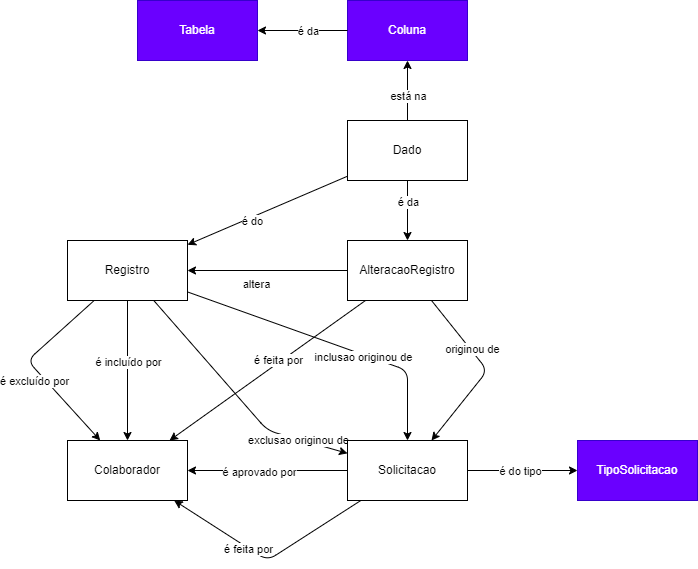
Above: analise/mer/solicitacao.drawio.png in leandroalveswork/horah (draw.io), before the change. Source tidied: cells renumbered, new cells last; positions are measured from the earlier drawing's top-left corner, leaving out a move shared by most shapes.
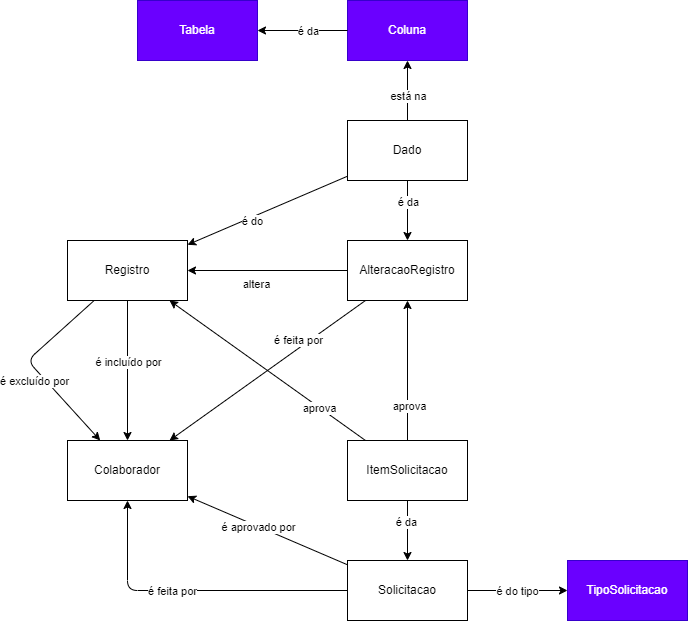
After the commit.

What changed in the source:
```diff
@@ -55,28 +55,6 @@
         <mxPoint x="-1" y="22" as="offset" />
       </mxGeometry>
     </mxCell>
-    <mxCell id="15" style="edgeStyle=none;html=1;" parent="1" edge="1" source="19" target="36">
-      <mxGeometry relative="1" as="geometry">
-        <Array as="points">
-          <mxPoint x="240" y="430" />
-        </Array>
-      </mxGeometry>
-    </mxCell>
-    <mxCell id="16" value="exclusao originou de" style="edgeLabel;html=1;align=center;verticalAlign=middle;" parent="15" vertex="1">
-      <mxGeometry x="0.11" relative="1" as="geometry">
-        <mxPoint x="50" y="32" as="offset" />
-      </mxGeometry>
-    </mxCell>
-    <mxCell id="17" style="edgeStyle=none;html=1;" parent="1" edge="1" source="19" target="36">
-      <mxGeometry relative="1" as="geometry">
-        <Array as="points">
-          <mxPoint x="380" y="370" />
-        </Array>
-      </mxGeometry>
-    </mxCell>
-    <mxCell id="18" value="inclusao originou de" style="edgeLabel;html=1;align=center;verticalAlign=middle;" parent="17" vertex="1">
-      <mxGeometry x="0.24" y="-2" relative="1" as="geometry" />
-    </mxCell>
     <mxCell id="19" value="Registro" style="rounded=0;whiteSpace=wrap;html=1;" parent="1" vertex="1">
       <mxGeometry x="40" y="240" width="120" height="60" as="geometry" />
     </mxCell>
@@ -88,7 +66,7 @@
     </mxCell>
     <mxCell id="22" value="é feita por" style="edgeLabel;html=1;align=center;verticalAlign=middle;" parent="21" vertex="1">
       <mxGeometry x="0.29" y="1" relative="1" as="geometry">
-        <mxPoint x="38" y="-31" as="offset" />
+        <mxPoint x="58" y="-51" as="offset" />
       </mxGeometry>
     </mxCell>
     <mxCell id="23" style="edgeStyle=none;html=1;" parent="1" edge="1" source="29" target="19">
@@ -107,18 +85,6 @@
         <mxPoint x="-4" as="offset" />
       </mxGeometry>
     </mxCell>
-    <mxCell id="27" style="edgeStyle=none;html=1;" parent="1" edge="1" source="29" target="36">
-      <mxGeometry relative="1" as="geometry">
-        <Array as="points">
-          <mxPoint x="460" y="370" />
-        </Array>
-      </mxGeometry>
-    </mxCell>
-    <mxCell id="28" value="originou de" style="edgeLabel;html=1;align=center;verticalAlign=middle;points=[];" parent="27" vertex="1">
-      <mxGeometry x="-0.29" y="2" relative="1" as="geometry">
-        <mxPoint y="1" as="offset" />
-      </mxGeometry>
-    </mxCell>
     <mxCell id="29" value="AlteracaoRegistro" style="rounded=0;whiteSpace=wrap;html=1;" parent="1" vertex="1">
       <mxGeometry x="320" y="240" width="120" height="60" as="geometry" />
     </mxCell>
@@ -139,18 +105,43 @@
     <mxCell id="34" style="edgeStyle=none;html=1;" parent="1" edge="1" source="36" target="20">
       <mxGeometry relative="1" as="geometry">
         <Array as="points">
-          <mxPoint x="240" y="560" />
+          <mxPoint x="100" y="590" />
         </Array>
       </mxGeometry>
     </mxCell>
     <mxCell id="35" value="é feita por" style="edgeLabel;html=1;align=center;verticalAlign=middle;" parent="34" vertex="1">
-      <mxGeometry x="0.21" y="1" relative="1" as="geometry" />
+      <mxGeometry x="0.21" y="1" relative="1" as="geometry">
+        <mxPoint x="11" y="-1" as="offset" />
+      </mxGeometry>
     </mxCell>
     <mxCell id="36" value="Solicitacao" style="rounded=0;whiteSpace=wrap;html=1;" parent="1" vertex="1">
-      <mxGeometry x="320" y="440" width="120" height="60" as="geometry" />
+      <mxGeometry x="320" y="560" width="120" height="60" as="geometry" />
     </mxCell>
     <mxCell id="37" value="TipoSolicitacao" style="rounded=0;whiteSpace=wrap;html=1;fillColor=#6a00ff;fontColor=#ffffff;strokeColor=#3700CC;" parent="1" vertex="1">
-      <mxGeometry x="550" y="440" width="120" height="60" as="geometry" />
+      <mxGeometry x="540" y="560" width="120" height="60" as="geometry" />
     </mxCell>
+    <mxCell id="38" style="edgeStyle=none;html=1;" parent="1" edge="1" source="28" target="36">
+      <mxGeometry relative="1" as="geometry" />
+    </mxCell>
+    <mxCell id="39" value="é da" style="edgeLabel;html=1;align=center;verticalAlign=middle;" parent="38" vertex="1">
+      <mxGeometry x="-0.31" y="-2" relative="1" as="geometry" />
+    </mxCell>
+    <mxCell id="40" style="edgeStyle=none;html=1;" parent="1" edge="1" source="28" target="29">
+      <mxGeometry relative="1" as="geometry" />
+    </mxCell>
+    <mxCell id="41" value="aprova" style="edgeLabel;html=1;align=center;verticalAlign=middle;" parent="40" vertex="1">
+      <mxGeometry x="-0.5" y="-1" relative="1" as="geometry" />
+    </mxCell>
+    <mxCell id="42" style="edgeStyle=none;html=1;" parent="1" edge="1" source="28" target="19">
+      <mxGeometry relative="1" as="geometry" />
+    </mxCell>
+    <mxCell id="43" value="aprova" style="edgeLabel;html=1;align=center;verticalAlign=middle;" parent="42" vertex="1">
+      <mxGeometry x="-0.48" y="-3" relative="1" as="geometry">
+        <mxPoint x="2" y="6" as="offset" />
+      </mxGeometry>
+    </mxCell>
+    <mxCell id="28" value="ItemSolicitacao" style="rounded=0;whiteSpace=wrap;html=1;" parent="1" vertex="1">
+      <mxGeometry x="320" y="440" width="120" height="60" as="geometry" />
+    </mxCell>
   </root>
 </mxGraphModel>
```
